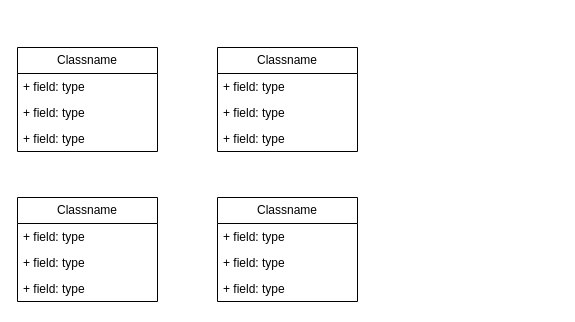
hard-gainer/UML keeps this draw.io diagram as ER.drawio. Above is the earlier version. Source tidied: cells renumbered, new cells numbered last; positions are measured from the earlier drawing's top-left corner, leaving out a move shared by most shapes. Both pictures are drawn from the tidied source at 100%, with x=0, y=0 at pixel (17, 47).
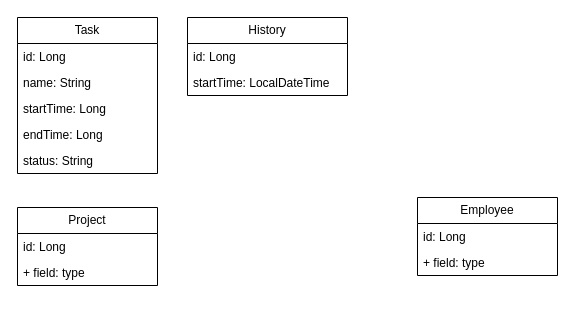
The same page after the edit.

The edit, as a diff of the source:
```diff
@@
 <mxGraphModel>
   <root>
     <mxCell id="0" />
     <mxCell id="1" parent="0" />
-    <mxCell id="2" value="Classname" style="swimlane;fontStyle=0;horizontal=1;startSize=26;fillColor=none;whiteSpace=wrap;html=1;" parent="1" vertex="1">
-      <mxGeometry width="140" height="104" as="geometry" />
+    <mxCell id="2" value="Employee" style="swimlane;fontStyle=0;horizontal=1;startSize=26;fillColor=none;whiteSpace=wrap;html=1;" parent="1" vertex="1">
+      <mxGeometry x="400" y="150" width="140" height="78" as="geometry" />
     </mxCell>
+    <mxCell id="18" value="id: Long" style="text;strokeColor=none;fillColor=none;align=left;verticalAlign=top;spacingLeft=4;spacingRight=4;overflow=hidden;whiteSpace=wrap;html=1;" parent="2" vertex="1">
+      <mxGeometry y="26" width="140" height="26" as="geometry" />
+    </mxCell>
     <mxCell id="3" value="+ field: type" style="text;strokeColor=none;fillColor=none;align=left;verticalAlign=top;spacingLeft=4;spacingRight=4;overflow=hidden;whiteSpace=wrap;html=1;" parent="2" vertex="1">
-      <mxGeometry y="26" width="140" height="26" as="geometry" />
+      <mxGeometry y="52" width="140" height="26" as="geometry" />
     </mxCell>
-    <mxCell id="4" value="+ field: type" style="text;strokeColor=none;fillColor=none;align=left;verticalAlign=top;spacingLeft=4;spacingRight=4;overflow=hidden;whiteSpace=wrap;html=1;" parent="2" vertex="1">
-      <mxGeometry y="52" width="140" height="26" as="geometry" />
-    </mxCell>
-    <mxCell id="5" value="+ field: type" style="text;strokeColor=none;fillColor=none;align=left;verticalAlign=top;spacingLeft=4;spacingRight=4;overflow=hidden;whiteSpace=wrap;html=1;" parent="2" vertex="1">
-      <mxGeometry y="78" width="140" height="26" as="geometry" />
-    </mxCell>
-    <mxCell id="6" value="Classname" style="swimlane;fontStyle=0;horizontal=1;startSize=26;fillColor=none;whiteSpace=wrap;html=1;" parent="1" vertex="1">
-      <mxGeometry x="200" width="140" height="104" as="geometry" />
+    <mxCell id="6" value="Task" style="swimlane;fontStyle=0;horizontal=1;startSize=26;fillColor=none;whiteSpace=wrap;html=1;" parent="1" vertex="1">
+      <mxGeometry y="-30" width="140" height="156" as="geometry" />
     </mxCell>
-    <mxCell id="7" value="+ field: type" style="text;strokeColor=none;fillColor=none;align=left;verticalAlign=top;spacingLeft=4;spacingRight=4;overflow=hidden;whiteSpace=wrap;html=1;" parent="6" vertex="1">
+    <mxCell id="7" value="id: Long" style="text;strokeColor=none;fillColor=none;align=left;verticalAlign=top;spacingLeft=4;spacingRight=4;overflow=hidden;whiteSpace=wrap;html=1;" parent="6" vertex="1">
       <mxGeometry y="26" width="140" height="26" as="geometry" />
     </mxCell>
-    <mxCell id="8" value="+ field: type" style="text;strokeColor=none;fillColor=none;align=left;verticalAlign=top;spacingLeft=4;spacingRight=4;overflow=hidden;whiteSpace=wrap;html=1;" parent="6" vertex="1">
-      <mxGeometry y="52" width="140" height="26" as="geometry" />
-    </mxCell>
-    <mxCell id="9" value="+ field: type" style="text;strokeColor=none;fillColor=none;align=left;verticalAlign=top;spacingLeft=4;spacingRight=4;overflow=hidden;whiteSpace=wrap;html=1;" parent="6" vertex="1">
-      <mxGeometry y="78" width="140" height="26" as="geometry" />
+    <mxCell id="9" value="name: String" style="text;strokeColor=none;fillColor=none;align=left;verticalAlign=top;spacingLeft=4;spacingRight=4;overflow=hidden;whiteSpace=wrap;html=1;" parent="6" vertex="1">
+      <mxGeometry y="52" width="140" height="26" as="geometry" />
     </mxCell>
+    <mxCell id="19" value="startTime: Long" style="text;strokeColor=none;fillColor=none;align=left;verticalAlign=top;spacingLeft=4;spacingRight=4;overflow=hidden;whiteSpace=wrap;html=1;" parent="6" vertex="1">
+      <mxGeometry y="78" width="140" height="26" as="geometry" />
+    </mxCell>
+    <mxCell id="20" value="endTime: Long" style="text;strokeColor=none;fillColor=none;align=left;verticalAlign=top;spacingLeft=4;spacingRight=4;overflow=hidden;whiteSpace=wrap;html=1;" parent="6" vertex="1">
+      <mxGeometry y="104" width="140" height="26" as="geometry" />
+    </mxCell>
+    <mxCell id="21" value="status: String" style="text;strokeColor=none;fillColor=none;align=left;verticalAlign=top;spacingLeft=4;spacingRight=4;overflow=hidden;whiteSpace=wrap;html=1;" parent="6" vertex="1">
+      <mxGeometry y="130" width="140" height="26" as="geometry" />
+    </mxCell>
-    <mxCell id="10" value="Classname" style="swimlane;fontStyle=0;horizontal=1;startSize=26;fillColor=none;whiteSpace=wrap;html=1;" parent="1" vertex="1">
-      <mxGeometry y="150" width="140" height="104" as="geometry" />
+    <mxCell id="10" value="Project" style="swimlane;fontStyle=0;horizontal=1;startSize=26;fillColor=none;whiteSpace=wrap;html=1;" parent="1" vertex="1">
+      <mxGeometry y="160" width="140" height="78" as="geometry" />
     </mxCell>
+    <mxCell id="22" value="id: Long" style="text;strokeColor=none;fillColor=none;align=left;verticalAlign=top;spacingLeft=4;spacingRight=4;overflow=hidden;whiteSpace=wrap;html=1;" parent="10" vertex="1">
+      <mxGeometry y="26" width="140" height="26" as="geometry" />
+    </mxCell>
     <mxCell id="11" value="+ field: type" style="text;strokeColor=none;fillColor=none;align=left;verticalAlign=top;spacingLeft=4;spacingRight=4;overflow=hidden;whiteSpace=wrap;html=1;" parent="10" vertex="1">
-      <mxGeometry y="26" width="140" height="26" as="geometry" />
+      <mxGeometry y="52" width="140" height="26" as="geometry" />
     </mxCell>
-    <mxCell id="12" value="+ field: type" style="text;strokeColor=none;fillColor=none;align=left;verticalAlign=top;spacingLeft=4;spacingRight=4;overflow=hidden;whiteSpace=wrap;html=1;" parent="10" vertex="1">
-      <mxGeometry y="52" width="140" height="26" as="geometry" />
-    </mxCell>
-    <mxCell id="13" value="+ field: type" style="text;strokeColor=none;fillColor=none;align=left;verticalAlign=top;spacingLeft=4;spacingRight=4;overflow=hidden;whiteSpace=wrap;html=1;" parent="10" vertex="1">
-      <mxGeometry y="78" width="140" height="26" as="geometry" />
-    </mxCell>
-    <mxCell id="14" value="Classname" style="swimlane;fontStyle=0;horizontal=1;startSize=26;fillColor=none;whiteSpace=wrap;html=1;" parent="1" vertex="1">
-      <mxGeometry x="200" y="150" width="140" height="104" as="geometry" />
+    <mxCell id="14" value="History" style="swimlane;fontStyle=0;horizontal=1;startSize=26;fillColor=none;whiteSpace=wrap;html=1;" parent="1" vertex="1">
+      <mxGeometry x="170" y="-30" width="160" height="78" as="geometry" />
     </mxCell>
-    <mxCell id="15" value="+ field: type" style="text;strokeColor=none;fillColor=none;align=left;verticalAlign=top;spacingLeft=4;spacingRight=4;overflow=hidden;whiteSpace=wrap;html=1;" parent="14" vertex="1">
-      <mxGeometry y="26" width="140" height="26" as="geometry" />
-    </mxCell>
+    <mxCell id="23" value="id: Long" style="text;strokeColor=none;fillColor=none;align=left;verticalAlign=top;spacingLeft=4;spacingRight=4;overflow=hidden;whiteSpace=wrap;html=1;" parent="14" vertex="1">
+      <mxGeometry y="26" width="160" height="26" as="geometry" />
+    </mxCell>
-    <mxCell id="16" value="+ field: type" style="text;strokeColor=none;fillColor=none;align=left;verticalAlign=top;spacingLeft=4;spacingRight=4;overflow=hidden;whiteSpace=wrap;html=1;" parent="14" vertex="1">
-      <mxGeometry y="52" width="140" height="26" as="geometry" />
+    <mxCell id="16" value="startTime: LocalDateTime" style="text;strokeColor=none;fillColor=none;align=left;verticalAlign=top;spacingLeft=4;spacingRight=4;overflow=hidden;whiteSpace=wrap;html=1;" parent="14" vertex="1">
+      <mxGeometry y="52" width="160" height="26" as="geometry" />
     </mxCell>
-    <mxCell id="17" value="+ field: type" style="text;strokeColor=none;fillColor=none;align=left;verticalAlign=top;spacingLeft=4;spacingRight=4;overflow=hidden;whiteSpace=wrap;html=1;" parent="14" vertex="1">
-      <mxGeometry y="78" width="140" height="26" as="geometry" />
-    </mxCell>
   </root>
 </mxGraphModel>
```
